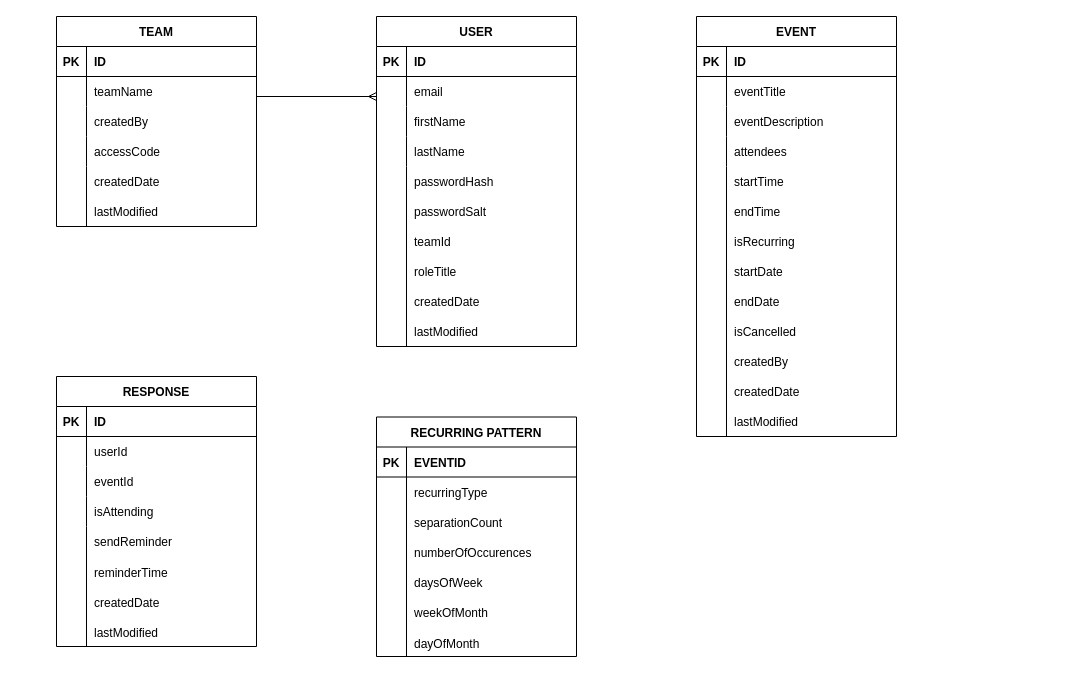
TeodoraLazaroiu/Meeting-Management-Application keeps this draw.io diagram as Documentation/meetings.database.drawio. Above is the earlier version. Source tidied: cells renumbered, new cells numbered last; positions are measured from the earlier drawing's top-left corner, leaving out a move shared by most shapes. Both pictures are drawn from the tidied source at 100%, with x=0, y=0 at pixel (56, 16).
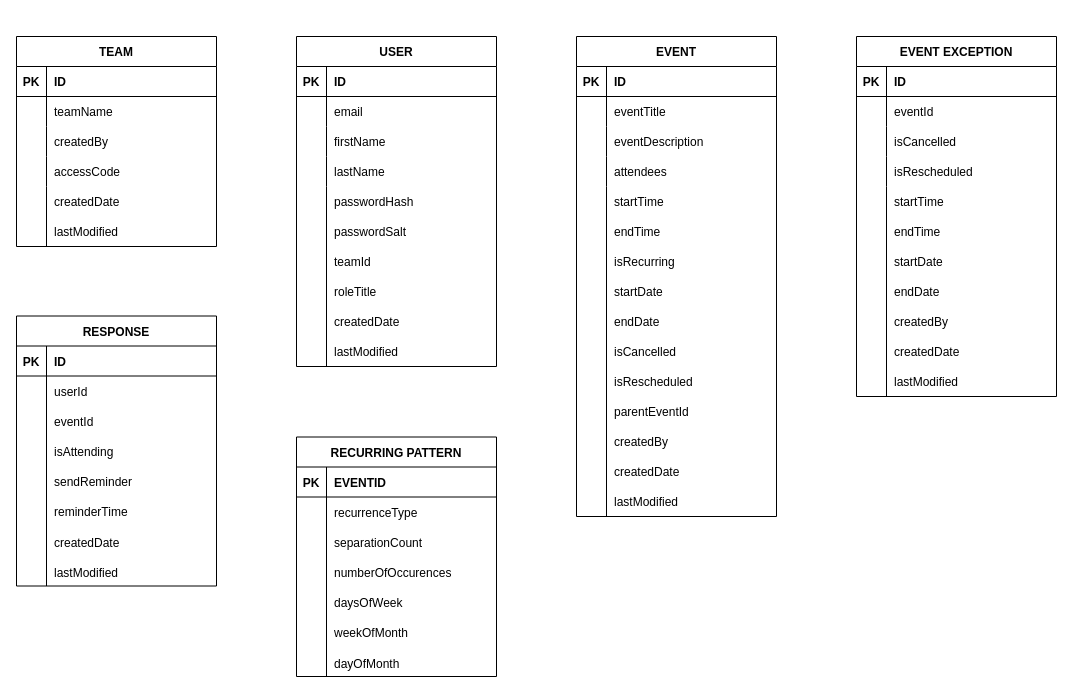
The same diagram, later.

Unchanged cells that the change refers to:
```xml
<mxCell id="6" style="shape=tableRow;horizontal=0;startSize=0;swimlaneHead=0;swimlaneBody=0;fillColor=none;points=[[0,0.5],[1,0.5]];portConstraint=eastwest;top=0;left=0;right=0;bottom=0;" parent="2" vertex="1">
  <mxGeometry y="60" width="200" height="30" as="geometry" />
</mxCell>
<mxCell id="85" style="shape=tableRow;horizontal=0;startSize=0;swimlaneHead=0;swimlaneBody=0;fillColor=none;top=0;left=0;right=0;bottom=0;" parent="81" vertex="1">
  <mxGeometry y="60" width="200" height="30" as="geometry" />
</mxCell>
```

Diff of the diagram source:
```diff
@@
     <mxCell id="2" value="USER" style="shape=table;startSize=30;childLayout=tableLayout;rowLines=0;fontStyle=1;align=center;" parent="1" vertex="1">
-      <mxGeometry x="320" width="200" height="330" as="geometry" />
+      <mxGeometry x="240" y="20" width="200" height="330" as="geometry" />
     </mxCell>
@@
     <mxCell id="15" value="passwordHash" style="shape=partialRectangle;fillColor=none;top=0;left=0;bottom=0;right=0;align=left;spacingLeft=6;overflow=hidden;" parent="1" vertex="1">
-      <mxGeometry x="350" y="150" width="150" height="30" as="geometry" />
+      <mxGeometry x="270" y="170" width="150" height="30" as="geometry" />
     </mxCell>
     <mxCell id="16" value="passwordSalt" style="shape=partialRectangle;fillColor=none;top=0;left=0;bottom=0;right=0;align=left;spacingLeft=6;overflow=hidden;" parent="1" vertex="1">
-      <mxGeometry x="350" y="180" width="150" height="30" as="geometry" />
+      <mxGeometry x="270" y="200" width="150" height="30" as="geometry" />
     </mxCell>
     <mxCell id="17" value="teamId" style="shape=partialRectangle;fillColor=none;top=0;left=0;bottom=0;right=0;align=left;spacingLeft=6;overflow=hidden;" parent="1" vertex="1">
-      <mxGeometry x="350" y="210" width="150" height="30" as="geometry" />
+      <mxGeometry x="270" y="230" width="150" height="30" as="geometry" />
     </mxCell>
     <mxCell id="18" value="roleTitle" style="shape=partialRectangle;fillColor=none;top=0;left=0;bottom=0;right=0;align=left;spacingLeft=6;overflow=hidden;" parent="1" vertex="1">
-      <mxGeometry x="350" y="240" width="150" height="30" as="geometry" />
+      <mxGeometry x="270" y="260" width="150" height="30" as="geometry" />
     </mxCell>
     <mxCell id="19" style="endArrow=none;html=1;rounded=0;" parent="1" edge="1">
       <mxGeometry relative="1" as="geometry">
-        <mxPoint x="350" y="330" as="sourcePoint" />
-        <mxPoint x="350" y="150" as="targetPoint" />
+        <mxPoint x="270" y="350" as="sourcePoint" />
+        <mxPoint x="270" y="170" as="targetPoint" />
       </mxGeometry>
     </mxCell>
     <mxCell id="20" value="TEAM" style="shape=table;startSize=30;childLayout=tableLayout;rowLines=0;fontStyle=1;align=center;" parent="1" vertex="1">
-      <mxGeometry width="200" height="210" as="geometry" />
+      <mxGeometry x="-40" y="20" width="200" height="210" as="geometry" />
     </mxCell>
@@
-    <mxCell id="33" style="fontSize=12;html=1;endArrow=ERmany;rounded=0;entryX=0;entryY=0.667;entryDx=0;entryDy=0;entryPerimeter=0;" parent="1" edge="1" target="6">
-      <mxGeometry relative="1" as="geometry">
-        <mxPoint x="200" y="80" as="sourcePoint" />
-      </mxGeometry>
-    </mxCell>
     <mxCell id="34" value="EVENT" style="shape=table;startSize=30;childLayout=tableLayout;rowLines=0;fontStyle=1;align=center;" parent="1" vertex="1">
-      <mxGeometry x="640" width="200" height="420" as="geometry" />
+      <mxGeometry x="520" y="20" width="200" height="480" as="geometry" />
     </mxCell>
@@
     <mxCell id="47" value="startTime" style="shape=partialRectangle;fillColor=none;top=0;left=0;bottom=0;right=0;align=left;spacingLeft=6;overflow=hidden;" parent="1" vertex="1">
-      <mxGeometry x="670" y="150" width="150" height="30" as="geometry" />
+      <mxGeometry x="550" y="170" width="150" height="30" as="geometry" />
     </mxCell>
     <mxCell id="48" value="endTime" style="shape=partialRectangle;fillColor=none;top=0;left=0;bottom=0;right=0;align=left;spacingLeft=6;overflow=hidden;" parent="1" vertex="1">
-      <mxGeometry x="670" y="180" width="150" height="30" as="geometry" />
+      <mxGeometry x="550" y="200" width="150" height="30" as="geometry" />
     </mxCell>
     <mxCell id="49" value="isRecurring" style="shape=partialRectangle;fillColor=none;top=0;left=0;bottom=0;right=0;align=left;spacingLeft=6;overflow=hidden;" parent="1" vertex="1">
-      <mxGeometry x="670" y="210" width="150" height="30" as="geometry" />
+      <mxGeometry x="550" y="230" width="150" height="30" as="geometry" />
     </mxCell>
     <mxCell id="50" value="startDate" style="shape=partialRectangle;fillColor=none;top=0;left=0;bottom=0;right=0;align=left;spacingLeft=6;overflow=hidden;" parent="1" vertex="1">
-      <mxGeometry x="670" y="240" width="150" height="30" as="geometry" />
+      <mxGeometry x="550" y="260" width="150" height="30" as="geometry" />
     </mxCell>
     <mxCell id="51" style="endArrow=none;html=1;rounded=0;" parent="1" edge="1">
       <mxGeometry relative="1" as="geometry">
-        <mxPoint x="670" y="420" as="sourcePoint" />
-        <mxPoint x="670" y="150" as="targetPoint" />
+        <mxPoint x="550" y="500" as="sourcePoint" />
+        <mxPoint x="550" y="170" as="targetPoint" />
       </mxGeometry>
     </mxCell>
     <mxCell id="52" value="RESPONSE" style="shape=table;startSize=30;childLayout=tableLayout;rowLines=0;fontStyle=1;align=center;" parent="1" vertex="1">
-      <mxGeometry y="360" width="200" height="270" as="geometry" />
+      <mxGeometry x="-40" y="299.5" width="200" height="270" as="geometry" />
     </mxCell>
@@
     <mxCell id="65" value="sendReminder" style="shape=partialRectangle;fillColor=none;top=0;left=0;bottom=0;right=0;align=left;spacingLeft=6;overflow=hidden;" parent="1" vertex="1">
-      <mxGeometry x="30" y="510" width="170" height="30" as="geometry" />
+      <mxGeometry x="-10" y="449.5" width="170" height="30" as="geometry" />
     </mxCell>
     <mxCell id="66" value="reminderTime" style="shape=partialRectangle;fillColor=none;top=0;left=0;bottom=0;right=0;align=left;spacingLeft=6;overflow=hidden;" parent="1" vertex="1">
-      <mxGeometry x="30" y="540" width="170" height="31" as="geometry" />
+      <mxGeometry x="-10" y="479.5" width="170" height="31" as="geometry" />
     </mxCell>
     <mxCell id="67" style="endArrow=none;html=1;rounded=0;" parent="1" edge="1">
       <mxGeometry relative="1" as="geometry">
-        <mxPoint x="30" y="630" as="sourcePoint" />
-        <mxPoint x="30" y="510" as="targetPoint" />
+        <mxPoint x="-10" y="569.5" as="sourcePoint" />
+        <mxPoint x="-10" y="449.5" as="targetPoint" />
       </mxGeometry>
     </mxCell>
     <mxCell id="68" value="endDate" style="shape=partialRectangle;fillColor=none;top=0;left=0;bottom=0;right=0;align=left;spacingLeft=6;overflow=hidden;" parent="1" vertex="1">
-      <mxGeometry x="670" y="270" width="150" height="30" as="geometry" />
+      <mxGeometry x="550" y="290" width="150" height="30" as="geometry" />
     </mxCell>
     <mxCell id="69" value="isCancelled" style="shape=partialRectangle;fillColor=none;top=0;left=0;bottom=0;right=0;align=left;spacingLeft=6;overflow=hidden;" parent="1" vertex="1">
-      <mxGeometry x="670" y="300" width="150" height="30" as="geometry" />
+      <mxGeometry x="550" y="320" width="150" height="30" as="geometry" />
     </mxCell>
-    <mxCell id="70" value="createdBy" style="shape=partialRectangle;fillColor=none;top=0;left=0;bottom=0;right=0;align=left;spacingLeft=6;overflow=hidden;" parent="1" vertex="1">
-      <mxGeometry x="670" y="330" width="150" height="30" as="geometry" />
+    <mxCell id="70" value="isRescheduled" style="shape=partialRectangle;fillColor=none;top=0;left=0;bottom=0;right=0;align=left;spacingLeft=6;overflow=hidden;" parent="1" vertex="1">
+      <mxGeometry x="550" y="350" width="150" height="30" as="geometry" />
     </mxCell>
     <mxCell id="71" style="shape=partialRectangle;fillColor=none;top=0;left=0;bottom=0;right=0;align=left;spacingLeft=6;overflow=hidden;" parent="1" vertex="1">
-      <mxGeometry x="350" y="270" width="170" height="30" as="geometry" />
+      <mxGeometry x="270" y="290" width="170" height="30" as="geometry" />
     </mxCell>
     <mxCell id="72" value="createdDate" style="shape=partialRectangle;fillColor=none;top=0;left=0;bottom=0;right=0;align=left;spacingLeft=6;overflow=hidden;" parent="1" vertex="1">
-      <mxGeometry x="30" y="150" width="170" height="30" as="geometry" />
+      <mxGeometry x="-10" y="170" width="170" height="30" as="geometry" />
     </mxCell>
     <mxCell id="73" value="lastModified" style="shape=partialRectangle;fillColor=none;top=0;left=0;bottom=0;right=0;align=left;spacingLeft=6;overflow=hidden;" parent="1" vertex="1">
-      <mxGeometry x="30" y="180" width="170" height="30" as="geometry" />
+      <mxGeometry x="-10" y="200" width="170" height="30" as="geometry" />
     </mxCell>
     <mxCell id="74" style="endArrow=none;html=1;rounded=0;" parent="1" edge="1">
       <mxGeometry relative="1" as="geometry">
-        <mxPoint x="30" y="210" as="sourcePoint" />
-        <mxPoint x="30" y="150" as="targetPoint" />
+        <mxPoint x="-10" y="230" as="sourcePoint" />
+        <mxPoint x="-10" y="170" as="targetPoint" />
       </mxGeometry>
     </mxCell>
     <mxCell id="75" value="createdDate" style="shape=partialRectangle;fillColor=none;top=0;left=0;bottom=0;right=0;align=left;spacingLeft=6;overflow=hidden;" parent="1" vertex="1">
-      <mxGeometry x="350" y="270" width="170" height="30" as="geometry" />
+      <mxGeometry x="270" y="290" width="170" height="30" as="geometry" />
     </mxCell>
-    <mxCell id="76" value="createdDate" style="shape=partialRectangle;fillColor=none;top=0;left=0;bottom=0;right=0;align=left;spacingLeft=6;overflow=hidden;" parent="1" vertex="1">
-      <mxGeometry x="670" y="360" width="170" height="30" as="geometry" />
+    <mxCell id="76" value="parentEventId" style="shape=partialRectangle;fillColor=none;top=0;left=0;bottom=0;right=0;align=left;spacingLeft=6;overflow=hidden;" parent="1" vertex="1">
+      <mxGeometry x="550" y="380" width="170" height="30" as="geometry" />
     </mxCell>
     <mxCell id="77" value="createdDate" style="shape=partialRectangle;fillColor=none;top=0;left=0;bottom=0;right=0;align=left;spacingLeft=6;overflow=hidden;" parent="1" vertex="1">
-      <mxGeometry x="30" y="571" width="170" height="30" as="geometry" />
+      <mxGeometry x="-10" y="510.5" width="170" height="30" as="geometry" />
     </mxCell>
     <mxCell id="78" value="lastModified" style="shape=partialRectangle;fillColor=none;top=0;left=0;bottom=0;right=0;align=left;spacingLeft=6;overflow=hidden;" parent="1" vertex="1">
-      <mxGeometry x="350" y="300" width="170" height="30" as="geometry" />
+      <mxGeometry x="270" y="320" width="170" height="30" as="geometry" />
     </mxCell>
-    <mxCell id="79" value="lastModified" style="shape=partialRectangle;fillColor=none;top=0;left=0;bottom=0;right=0;align=left;spacingLeft=6;overflow=hidden;" parent="1" vertex="1">
-      <mxGeometry x="670" y="390" width="170" height="30" as="geometry" />
+    <mxCell id="79" value="createdBy" style="shape=partialRectangle;fillColor=none;top=0;left=0;bottom=0;right=0;align=left;spacingLeft=6;overflow=hidden;" parent="1" vertex="1">
+      <mxGeometry x="550" y="410" width="170" height="30" as="geometry" />
     </mxCell>
     <mxCell id="80" value="lastModified" style="shape=partialRectangle;fillColor=none;top=0;left=0;bottom=0;right=0;align=left;spacingLeft=6;overflow=hidden;" parent="1" vertex="1">
-      <mxGeometry x="30" y="601" width="170" height="30" as="geometry" />
+      <mxGeometry x="-10" y="540.5" width="170" height="30" as="geometry" />
     </mxCell>
     <mxCell id="81" value="RECURRING PATTERN" style="shape=table;startSize=30;childLayout=tableLayout;rowLines=0;fontStyle=1;align=center;" parent="1" vertex="1">
-      <mxGeometry x="320" y="400.5" width="200" height="239.5" as="geometry" />
+      <mxGeometry x="240" y="420.5" width="200" height="239.5" as="geometry" />
     </mxCell>
@@
-    <mxCell id="87" value="recurringType" style="shape=partialRectangle;fillColor=none;top=0;left=0;bottom=0;right=0;align=left;spacingLeft=6;overflow=hidden;" parent="85" vertex="1">
+    <mxCell id="87" value="recurrenceType" style="shape=partialRectangle;fillColor=none;top=0;left=0;bottom=0;right=0;align=left;spacingLeft=6;overflow=hidden;" parent="85" vertex="1">
       <mxGeometry x="30" width="170" height="30" as="geometry" />
     </mxCell>
@@
     <mxCell id="94" value="daysOfWeek" style="shape=partialRectangle;fillColor=none;top=0;left=0;bottom=0;right=0;align=left;spacingLeft=6;overflow=hidden;" parent="1" vertex="1">
-      <mxGeometry x="350" y="550.5" width="170" height="30" as="geometry" />
+      <mxGeometry x="270" y="570.5" width="170" height="30" as="geometry" />
     </mxCell>
     <mxCell id="95" value="weekOfMonth" style="shape=partialRectangle;fillColor=none;top=0;left=0;bottom=0;right=0;align=left;spacingLeft=6;overflow=hidden;" parent="1" vertex="1">
-      <mxGeometry x="350" y="580.5" width="170" height="31" as="geometry" />
+      <mxGeometry x="270" y="600.5" width="170" height="31" as="geometry" />
     </mxCell>
     <mxCell id="96" style="endArrow=none;html=1;rounded=0;" parent="1" edge="1">
       <mxGeometry relative="1" as="geometry">
-        <mxPoint x="350" y="640" as="sourcePoint" />
-        <mxPoint x="350" y="550.5" as="targetPoint" />
+        <mxPoint x="270" y="660" as="sourcePoint" />
+        <mxPoint x="270" y="570.5" as="targetPoint" />
       </mxGeometry>
     </mxCell>
     <mxCell id="97" value="dayOfMonth" style="shape=partialRectangle;fillColor=none;top=0;left=0;bottom=0;right=0;align=left;spacingLeft=6;overflow=hidden;" parent="1" vertex="1">
-      <mxGeometry x="350" y="611.5" width="170" height="30" as="geometry" />
+      <mxGeometry x="270" y="631.5" width="170" height="30" as="geometry" />
     </mxCell>
+    <mxCell id="98" value="createdDate" style="shape=partialRectangle;fillColor=none;top=0;left=0;bottom=0;right=0;align=left;spacingLeft=6;overflow=hidden;" parent="1" vertex="1">
+      <mxGeometry x="550" y="440" width="170" height="30" as="geometry" />
+    </mxCell>
+    <mxCell id="99" value="lastModified" style="shape=partialRectangle;fillColor=none;top=0;left=0;bottom=0;right=0;align=left;spacingLeft=6;overflow=hidden;" parent="1" vertex="1">
+      <mxGeometry x="550" y="470" width="170" height="30" as="geometry" />
+    </mxCell>
+    <mxCell id="100" value="EVENT EXCEPTION" style="shape=table;startSize=30;childLayout=tableLayout;rowLines=0;fontStyle=1;align=center;" parent="1" vertex="1">
+      <mxGeometry x="800" y="20" width="200" height="360" as="geometry" />
+    </mxCell>
+    <mxCell id="101" style="shape=tableRow;horizontal=0;startSize=0;swimlaneHead=0;swimlaneBody=0;fillColor=none;top=0;left=0;right=0;bottom=1;" parent="100" vertex="1">
+      <mxGeometry y="30" width="200" height="30" as="geometry" />
+    </mxCell>
+    <mxCell id="102" value="PK" style="shape=partialRectangle;fillColor=none;top=0;left=0;bottom=0;right=0;fontStyle=1;overflow=hidden;" parent="101" vertex="1">
+      <mxGeometry width="30" height="30" as="geometry" />
+    </mxCell>
+    <mxCell id="103" value="ID" style="shape=partialRectangle;fillColor=none;top=0;left=0;bottom=0;right=0;align=left;spacingLeft=6;fontStyle=1;overflow=hidden;" parent="101" vertex="1">
+      <mxGeometry x="30" width="170" height="30" as="geometry" />
+    </mxCell>
+    <mxCell id="104" style="shape=tableRow;horizontal=0;startSize=0;swimlaneHead=0;swimlaneBody=0;fillColor=none;top=0;left=0;right=0;bottom=0;" parent="100" vertex="1">
+      <mxGeometry y="60" width="200" height="30" as="geometry" />
+    </mxCell>
+    <mxCell id="105" style="shape=partialRectangle;fillColor=none;top=0;left=0;bottom=0;right=0;overflow=hidden;" parent="104" vertex="1">
+      <mxGeometry width="30" height="30" as="geometry" />
+    </mxCell>
+    <mxCell id="106" value="eventId" style="shape=partialRectangle;fillColor=none;top=0;left=0;bottom=0;right=0;align=left;spacingLeft=6;overflow=hidden;" parent="104" vertex="1">
+      <mxGeometry x="30" width="170" height="30" as="geometry" />
+    </mxCell>
+    <mxCell id="107" style="shape=tableRow;horizontal=0;startSize=0;swimlaneHead=0;swimlaneBody=0;fillColor=none;top=0;left=0;right=0;bottom=0;" parent="100" vertex="1">
+      <mxGeometry y="90" width="200" height="30" as="geometry" />
+    </mxCell>
+    <mxCell id="108" style="shape=partialRectangle;fillColor=none;top=0;left=0;bottom=0;right=0;overflow=hidden;" parent="107" vertex="1">
+      <mxGeometry width="30" height="30" as="geometry" />
+    </mxCell>
+    <mxCell id="109" value="isCancelled" style="shape=partialRectangle;fillColor=none;top=0;left=0;bottom=0;right=0;align=left;spacingLeft=6;overflow=hidden;" parent="107" vertex="1">
+      <mxGeometry x="30" width="170" height="30" as="geometry" />
+    </mxCell>
+    <mxCell id="110" style="shape=tableRow;horizontal=0;startSize=0;swimlaneHead=0;swimlaneBody=0;fillColor=none;top=0;left=0;right=0;bottom=0;" parent="100" vertex="1">
+      <mxGeometry y="120" width="200" height="30" as="geometry" />
+    </mxCell>
+    <mxCell id="111" style="shape=partialRectangle;fillColor=none;top=0;left=0;bottom=0;right=0;overflow=hidden;" parent="110" vertex="1">
+      <mxGeometry width="30" height="30" as="geometry" />
+    </mxCell>
+    <mxCell id="112" value="isRescheduled" style="shape=partialRectangle;fillColor=none;top=0;left=0;bottom=0;right=0;align=left;spacingLeft=6;overflow=hidden;" parent="110" vertex="1">
+      <mxGeometry x="30" width="170" height="30" as="geometry" />
+    </mxCell>
+    <mxCell id="113" value="startTime" style="shape=partialRectangle;fillColor=none;top=0;left=0;bottom=0;right=0;align=left;spacingLeft=6;overflow=hidden;" parent="1" vertex="1">
+      <mxGeometry x="830" y="170" width="150" height="30" as="geometry" />
+    </mxCell>
+    <mxCell id="114" value="endTime" style="shape=partialRectangle;fillColor=none;top=0;left=0;bottom=0;right=0;align=left;spacingLeft=6;overflow=hidden;" parent="1" vertex="1">
+      <mxGeometry x="830" y="200" width="150" height="30" as="geometry" />
+    </mxCell>
+    <mxCell id="115" value="startDate" style="shape=partialRectangle;fillColor=none;top=0;left=0;bottom=0;right=0;align=left;spacingLeft=6;overflow=hidden;" parent="1" vertex="1">
+      <mxGeometry x="830" y="230" width="150" height="30" as="geometry" />
+    </mxCell>
+    <mxCell id="116" style="endArrow=none;html=1;rounded=0;" parent="1" edge="1">
+      <mxGeometry relative="1" as="geometry">
+        <mxPoint x="830" y="380" as="sourcePoint" />
+        <mxPoint x="830" y="170" as="targetPoint" />
+      </mxGeometry>
+    </mxCell>
+    <mxCell id="117" value="endDate" style="shape=partialRectangle;fillColor=none;top=0;left=0;bottom=0;right=0;align=left;spacingLeft=6;overflow=hidden;" parent="1" vertex="1">
+      <mxGeometry x="830" y="260" width="150" height="30" as="geometry" />
+    </mxCell>
+    <mxCell id="118" value="createdBy" style="shape=partialRectangle;fillColor=none;top=0;left=0;bottom=0;right=0;align=left;spacingLeft=6;overflow=hidden;" parent="1" vertex="1">
+      <mxGeometry x="830" y="290" width="170" height="30" as="geometry" />
+    </mxCell>
+    <mxCell id="119" value="createdDate" style="shape=partialRectangle;fillColor=none;top=0;left=0;bottom=0;right=0;align=left;spacingLeft=6;overflow=hidden;" parent="1" vertex="1">
+      <mxGeometry x="830" y="320" width="170" height="30" as="geometry" />
+    </mxCell>
+    <mxCell id="120" value="lastModified" style="shape=partialRectangle;fillColor=none;top=0;left=0;bottom=0;right=0;align=left;spacingLeft=6;overflow=hidden;" parent="1" vertex="1">
+      <mxGeometry x="830" y="350" width="170" height="30" as="geometry" />
+    </mxCell>
```
